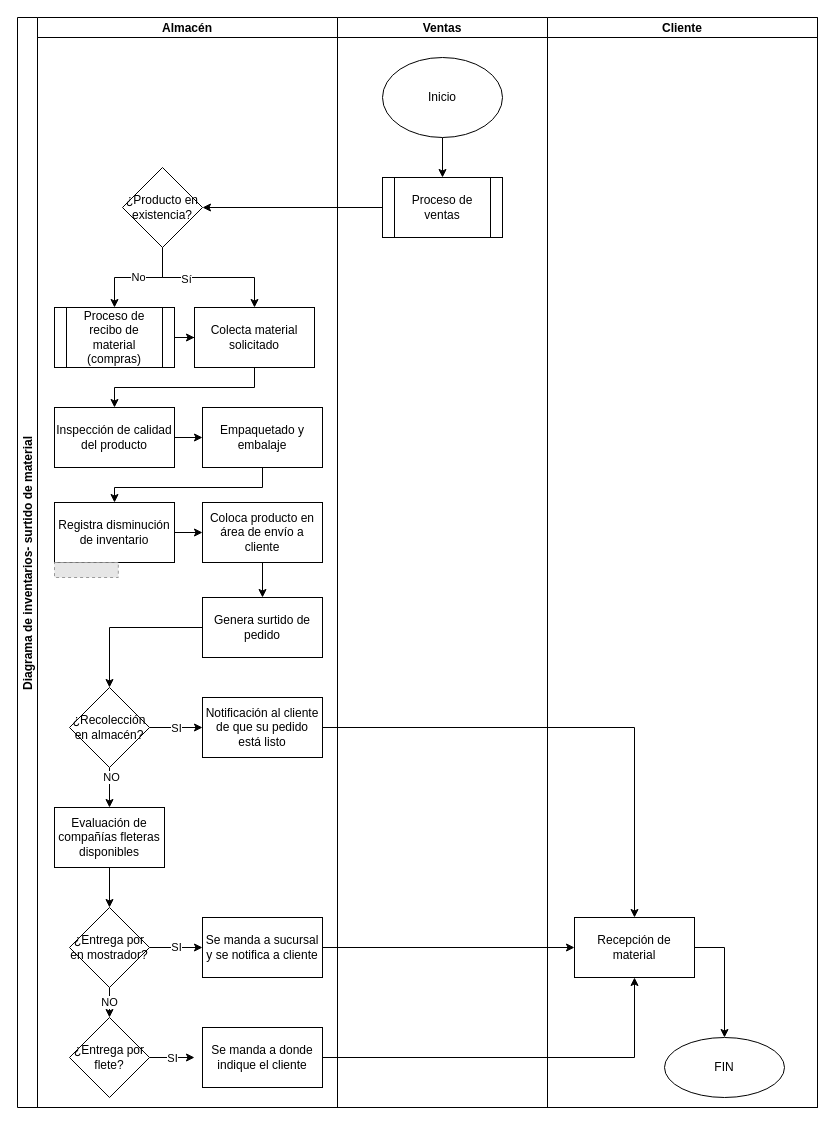
Before: 172285_Arandia_SurtidoMaterial(adaptado).drawio in FerAran/Flowchart, a draw.io diagram. Source tidied: cells renumbered, new cells numbered last; positions are measured from the earlier drawing's top-left corner, leaving out a move shared by most shapes. Both pictures are drawn from the tidied source at 100%, with x=0, y=0 at pixel (17, 17). Pictures stored in the file or linked from it are replaced by grey dashed boxes.
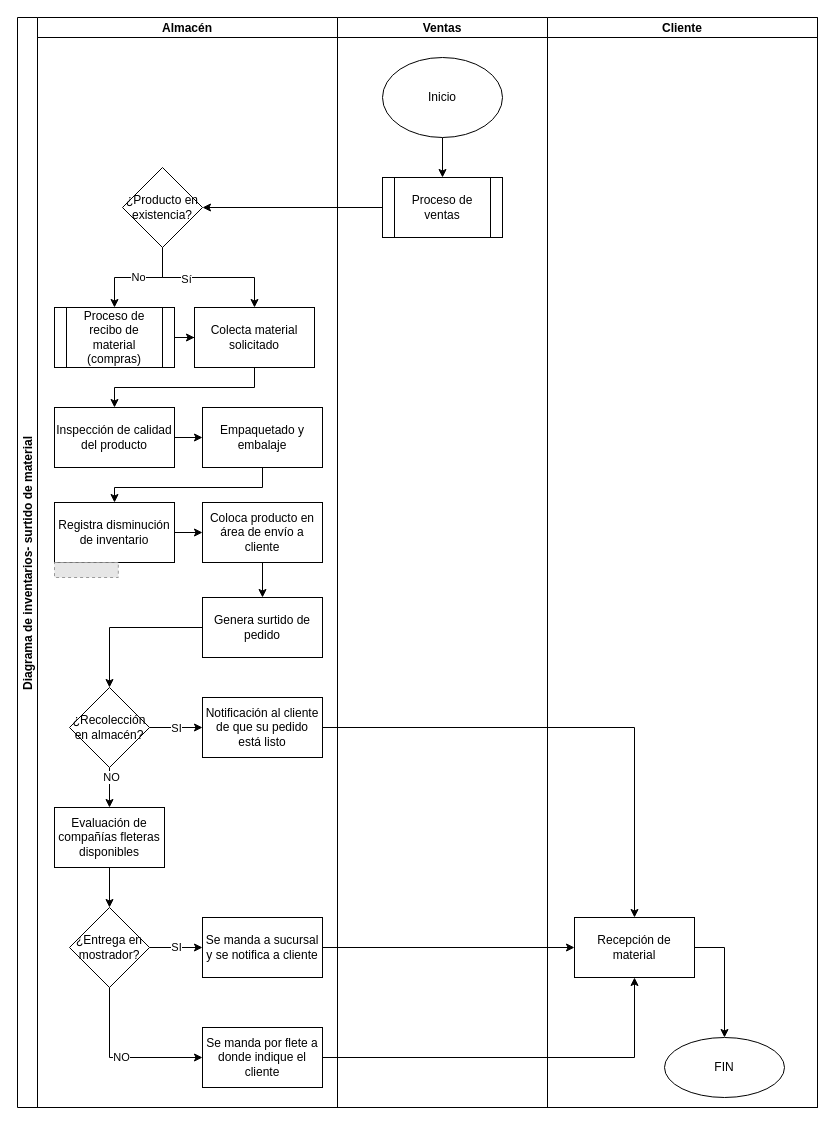
Above is the later version.

Unchanged cells that the change refers to:
```xml
<mxCell id="3" value="Almacén" style="swimlane;startSize=20;" parent="2" vertex="1">
  <mxGeometry x="20" width="300" height="1090" as="geometry" />
</mxCell>
```

Diff of the diagram source:
```diff
@@
-    <mxCell id="11" value="¿Entrega por en mostrador?" style="rhombus;whiteSpace=wrap;html=1;rounded=0;" parent="3" vertex="1">
+    <mxCell id="11" value="¿Entrega en mostrador?" style="rhombus;whiteSpace=wrap;html=1;rounded=0;" parent="3" vertex="1">
       <mxGeometry x="32" y="890" width="80" height="80" as="geometry" />
     </mxCell>
-    <mxCell id="12" value="¿Entrega por flete?" style="rhombus;whiteSpace=wrap;html=1;rounded=0;" parent="3" vertex="1">
-      <mxGeometry x="32" y="1000" width="80" height="80" as="geometry" />
-    </mxCell>
@@
-    <mxCell id="22" value="SI" style="edgeStyle=orthogonalEdgeStyle;rounded=0;jettySize=auto;html=1;" parent="3" edge="1" source="12">
-      <mxGeometry relative="1" as="geometry">
-        <mxPoint x="157" y="1040" as="targetPoint" />
-      </mxGeometry>
-    </mxCell>
-    <mxCell id="23" value="NO" style="edgeStyle=orthogonalEdgeStyle;rounded=0;jettySize=auto;html=1;" parent="3" edge="1" source="11" target="12">
+    <mxCell id="23" value="NO" style="edgeStyle=orthogonalEdgeStyle;rounded=0;jettySize=auto;html=1;entryX=0;entryY=0.5;entryDx=0;entryDy=0;exitX=0.5;exitY=1;exitDx=0;exitDy=0;" parent="3" edge="1" source="11" target="26">
       <mxGeometry relative="1" as="geometry" />
     </mxCell>
@@
-    <mxCell id="26" value="Se manda a donde indique el cliente" style="whiteSpace=wrap;html=1;" parent="3" vertex="1">
+    <mxCell id="26" value="Se manda por flete a donde indique el cliente" style="whiteSpace=wrap;html=1;" parent="3" vertex="1">
       <mxGeometry x="165" y="1010" width="120" height="60" as="geometry" />
     </mxCell>
```
